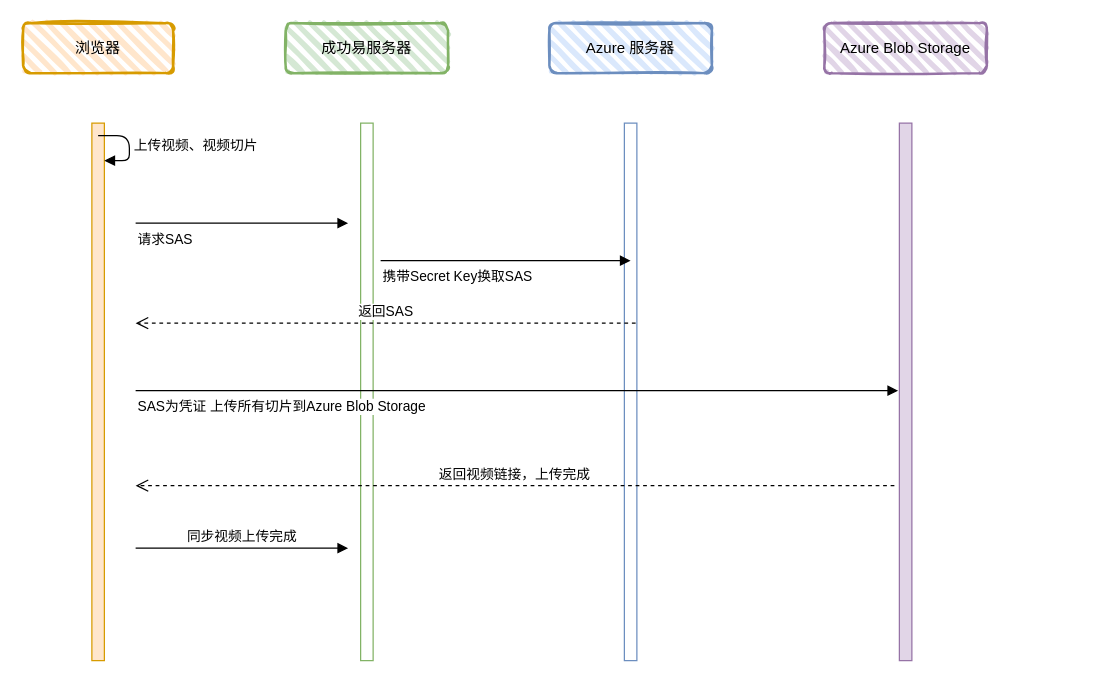
Above: Azure blob 视频上传.drawio in gebiWangshushu/ioDraw (draw.io), before the change. Source tidied: cells renumbered, new cells numbered last; positions are measured from the earlier drawing's top-left corner, leaving out a move shared by most shapes. Both pictures are drawn from the tidied source at 125%, with x=0, y=0 at pixel (22, 22).
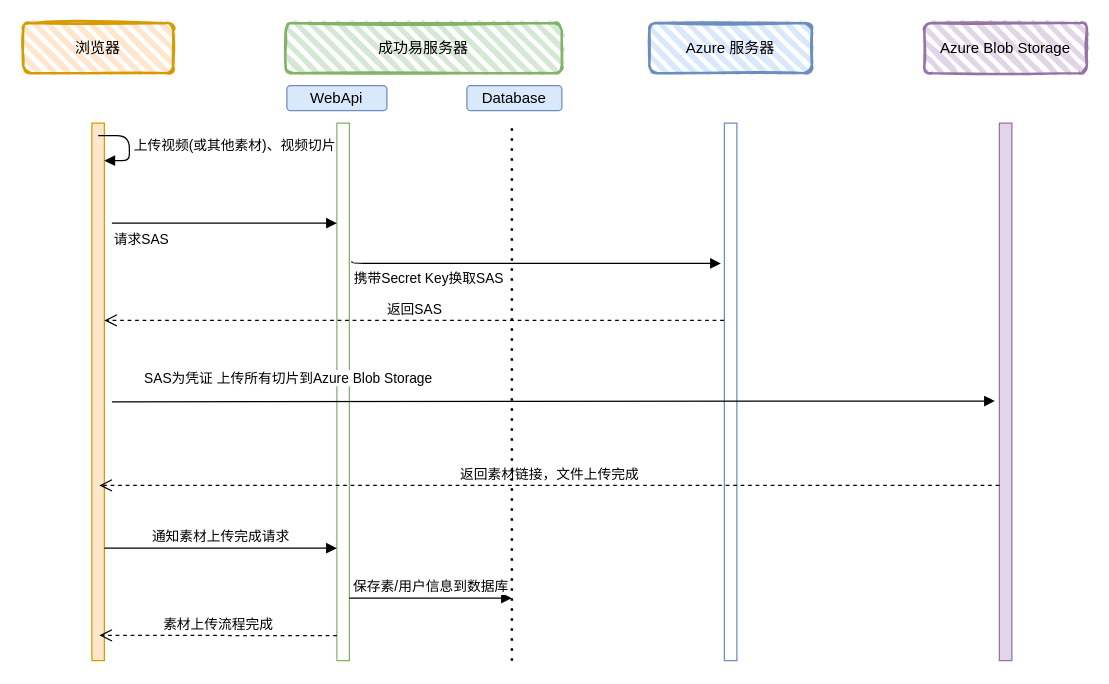
The same page after the edit.

Commit message:
更新Azure blob 视频上传.drawio

Unchanged cells that the change refers to:
```xml
<mxCell id="6" style="html=1;points=[];perimeter=orthogonalPerimeter;fillColor=#ffe6cc;strokeColor=#d79b00;rounded=0;" parent="1" vertex="1">
  <mxGeometry x="55" y="80" width="10" height="430" as="geometry" />
</mxCell>
```

Diff of the diagram source:
```diff
@@
     <mxCell id="3" value="成功易服务器" style="rounded=1;whiteSpace=wrap;html=1;strokeWidth=2;fillWeight=4;hachureGap=8;hachureAngle=45;fillColor=#d5e8d4;strokeColor=#82b366;sketch=1;" parent="1" vertex="1">
-      <mxGeometry x="210" width="130" height="40" as="geometry" />
+      <mxGeometry x="210" width="221" height="40" as="geometry" />
     </mxCell>
     <mxCell id="4" value="Azure 服务器" style="rounded=1;whiteSpace=wrap;html=1;strokeWidth=2;fillWeight=4;hachureGap=8;hachureAngle=45;fillColor=#dae8fc;strokeColor=#6c8ebf;sketch=1;" parent="1" vertex="1">
-      <mxGeometry x="421" width="130" height="40" as="geometry" />
+      <mxGeometry x="501" width="130" height="40" as="geometry" />
     </mxCell>
     <mxCell id="5" value="Azure Blob Storage" style="rounded=1;whiteSpace=wrap;html=1;strokeWidth=2;fillWeight=4;hachureGap=8;hachureAngle=45;fillColor=#e1d5e7;strokeColor=#9673a6;sketch=1;shadow=0;glass=0;gradientColor=none;" parent="1" vertex="1">
-      <mxGeometry x="641" width="130" height="40" as="geometry" />
+      <mxGeometry x="721" width="130" height="40" as="geometry" />
     </mxCell>
@@
     <mxCell id="7" style="html=1;points=[];perimeter=orthogonalPerimeter;fillColor=#e1d5e7;strokeColor=#9673a6;rounded=0;" parent="1" vertex="1">
-      <mxGeometry x="701" y="80" width="10" height="430" as="geometry" />
+      <mxGeometry x="781" y="80" width="10" height="430" as="geometry" />
     </mxCell>
     <mxCell id="8" style="html=1;points=[];perimeter=orthogonalPerimeter;fillColor=none;strokeColor=#6c8ebf;rounded=0;" parent="1" vertex="1">
-      <mxGeometry x="481" y="80" width="10" height="430" as="geometry" />
+      <mxGeometry x="561" y="80" width="10" height="430" as="geometry" />
     </mxCell>
     <mxCell id="9" style="html=1;points=[];perimeter=orthogonalPerimeter;fillColor=none;strokeColor=#82b366;rounded=0;" parent="1" vertex="1">
-      <mxGeometry x="270" y="80" width="10" height="430" as="geometry" />
+      <mxGeometry x="251" y="80" width="10" height="430" as="geometry" />
     </mxCell>
     <mxCell id="10" value="请求SAS" style="endArrow=block;endFill=1;html=1;edgeStyle=orthogonalEdgeStyle;align=left;verticalAlign=top;rounded=1;" parent="1" edge="1">
       <mxGeometry x="-1" relative="1" as="geometry">
-        <mxPoint x="90" y="160" as="sourcePoint" />
-        <mxPoint x="260" y="160" as="targetPoint" />
+        <mxPoint x="71" y="160" as="sourcePoint" />
+        <mxPoint x="251" y="160" as="targetPoint" />
       </mxGeometry>
     </mxCell>
-    <mxCell id="11" value="上传视频、视频切片" style="edgeStyle=orthogonalEdgeStyle;html=1;align=left;spacingLeft=2;endArrow=block;rounded=1;entryX=1;entryY=0;" parent="1" edge="1">
+    <mxCell id="11" value="上传视频(或其他素材)、视频切片" style="edgeStyle=orthogonalEdgeStyle;html=1;align=left;spacingLeft=2;endArrow=block;rounded=1;entryX=1;entryY=0;" parent="1" edge="1">
       <mxGeometry relative="1" as="geometry">
         <mxPoint x="60" y="90" as="sourcePoint" />
         <mxPoint x="65" y="110" as="targetPoint" />
         <Array as="points">
           <mxPoint x="85" y="90" />
         </Array>
       </mxGeometry>
     </mxCell>
-    <mxCell id="12" value="携带Secret Key换取SAS" style="endArrow=block;endFill=1;html=1;edgeStyle=orthogonalEdgeStyle;align=left;verticalAlign=top;rounded=1;" parent="1" edge="1">
+    <mxCell id="12" value="携带Secret Key换取SAS" style="endArrow=block;endFill=1;html=1;edgeStyle=orthogonalEdgeStyle;align=left;verticalAlign=top;rounded=1;exitX=1.2;exitY=0.257;exitDx=0;exitDy=0;exitPerimeter=0;entryX=-0.28;entryY=0.261;entryDx=0;entryDy=0;entryPerimeter=0;" parent="1" edge="1" source="9" target="8">
       <mxGeometry x="-1" relative="1" as="geometry">
-        <mxPoint x="286" y="190" as="sourcePoint" />
-        <mxPoint x="486" y="190" as="targetPoint" />
+        <Array as="points">
+          <mxPoint x="263" y="192" />
+        </Array>
       </mxGeometry>
     </mxCell>
-    <mxCell id="13" value="返回SAS" style="html=1;verticalAlign=bottom;endArrow=open;dashed=1;endSize=8;rounded=1;" parent="1" edge="1">
-      <mxGeometry relative="1" as="geometry">
-        <mxPoint x="490" y="240" as="sourcePoint" />
-        <mxPoint x="90" y="240" as="targetPoint" />
-      </mxGeometry>
+    <mxCell id="13" value="返回SAS" style="html=1;verticalAlign=bottom;endArrow=open;dashed=1;endSize=8;rounded=1;exitX=-0.04;exitY=0.367;exitDx=0;exitDy=0;exitPerimeter=0;" parent="1" edge="1" source="8" target="6">
+      <mxGeometry relative="1" as="geometry" />
     </mxCell>
-    <mxCell id="14" value="SAS为凭证 上传所有切片到Azure Blob Storage" style="endArrow=block;endFill=1;html=1;edgeStyle=orthogonalEdgeStyle;align=left;verticalAlign=top;rounded=1;" parent="1" edge="1">
-      <mxGeometry x="-1" relative="1" as="geometry">
-        <mxPoint x="90" y="294" as="sourcePoint" />
-        <mxPoint x="700" y="294" as="targetPoint" />
-        <Array as="points">
-          <mxPoint x="90" y="294" />
-        </Array>
-      </mxGeometry>
-    </mxCell>
-    <mxCell id="15" value="返回视频链接，上传完成" style="html=1;verticalAlign=bottom;endArrow=open;dashed=1;endSize=8;rounded=1;" parent="1" edge="1">
-      <mxGeometry relative="1" as="geometry">
-        <mxPoint x="697" y="370" as="sourcePoint" />
-        <mxPoint x="90" y="370" as="targetPoint" />
-      </mxGeometry>
+    <mxCell id="15" value="返回素材链接，文件上传完成" style="html=1;verticalAlign=bottom;endArrow=open;dashed=1;endSize=8;rounded=1;exitX=0;exitY=0.674;exitDx=0;exitDy=0;exitPerimeter=0;entryX=0.6;entryY=0.674;entryDx=0;entryDy=0;entryPerimeter=0;" parent="1" edge="1" source="7" target="6">
+      <mxGeometry relative="1" as="geometry" />
     </mxCell>
-    <mxCell id="16" value="同步视频上传完成" style="html=1;verticalAlign=bottom;endArrow=block;rounded=1;" parent="1" edge="1">
+    <mxCell id="16" value="通知素材上传完成请求" style="html=1;verticalAlign=bottom;endArrow=block;rounded=1;" parent="1" edge="1" source="6">
       <mxGeometry relative="1" as="geometry">
-        <mxPoint x="90" y="420" as="sourcePoint" />
-        <mxPoint x="260" y="420" as="targetPoint" />
+        <mxPoint x="251" y="420" as="targetPoint" />
       </mxGeometry>
     </mxCell>
+    <mxCell id="17" value="WebApi" style="rounded=1;whiteSpace=wrap;html=1;fillColor=#dae8fc;strokeColor=#6c8ebf;" parent="1" vertex="1">
+      <mxGeometry x="211" y="50" width="80" height="20" as="geometry" />
+    </mxCell>
+    <mxCell id="18" value="Database" style="rounded=1;whiteSpace=wrap;html=1;fillColor=#dae8fc;strokeColor=#6c8ebf;" parent="1" vertex="1">
+      <mxGeometry x="355" y="50" width="76" height="20" as="geometry" />
+    </mxCell>
+    <mxCell id="19" style="endArrow=none;dashed=1;html=1;dashPattern=1 3;strokeWidth=2;rounded=0;" parent="1" edge="1">
+      <mxGeometry relative="1" as="geometry">
+        <mxPoint x="391" y="510" as="sourcePoint" />
+        <mxPoint x="391" y="80" as="targetPoint" />
+      </mxGeometry>
+    </mxCell>
+    <mxCell id="20" value="保存素/用户信息到数据库" style="html=1;verticalAlign=bottom;endArrow=block;rounded=0;" parent="1" edge="1">
+      <mxGeometry relative="1" as="geometry">
+        <mxPoint x="261" y="460" as="sourcePoint" />
+        <mxPoint x="391" y="460" as="targetPoint" />
+      </mxGeometry>
+    </mxCell>
+    <mxCell id="14" value="&lt;span style=&quot;text-align: left&quot;&gt;SAS为凭证 上传所有切片到Azure Blob Storage&lt;/span&gt;" style="html=1;verticalAlign=bottom;endArrow=block;rounded=0;entryX=-0.36;entryY=0.51;entryDx=0;entryDy=0;entryPerimeter=0;" parent="1" edge="1">
+      <mxGeometry x="-0.6" y="10" relative="1" as="geometry">
+        <mxPoint x="71" y="303" as="sourcePoint" />
+        <mxPoint x="777.4" y="302.3" as="targetPoint" />
+      </mxGeometry>
+    </mxCell>
+    <mxCell id="21" value="素材上传流程完成" style="html=1;verticalAlign=bottom;endArrow=open;dashed=1;endSize=8;rounded=0;entryX=0.6;entryY=0.953;entryDx=0;entryDy=0;entryPerimeter=0;" parent="1" edge="1" target="6">
+      <mxGeometry relative="1" as="geometry">
+        <mxPoint x="251" y="490" as="sourcePoint" />
+      </mxGeometry>
+    </mxCell>
```
